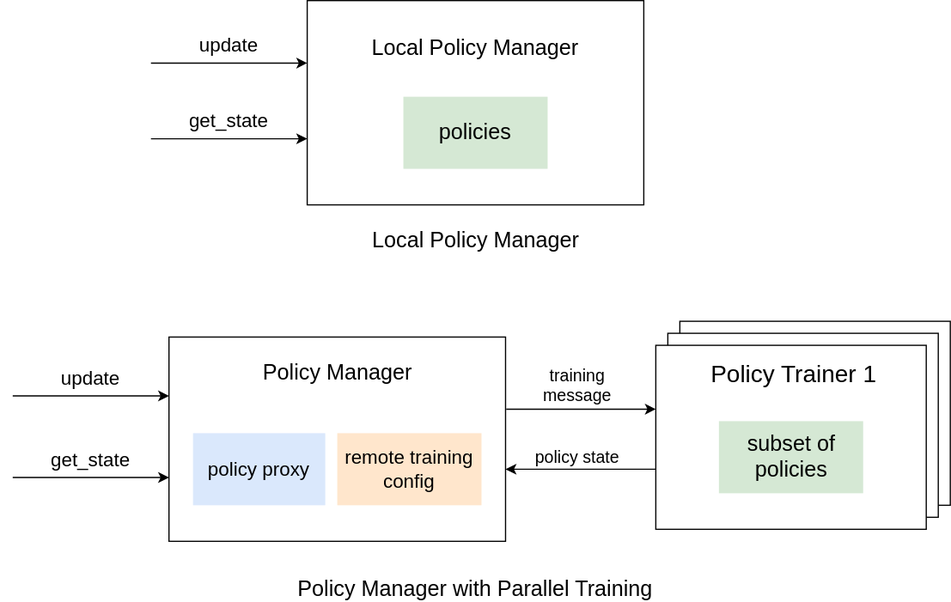
Before: docs/source/images/rl/policy_manager.svg, a diagram exported from draw.io (microsoft/maro). Source tidied: cells renumbered, new cells last; positions are measured from the earlier drawing's top-left corner, leaving out a move shared by most shapes. Source of this version:
```xml
<mxGraphModel>
  <root>
    <mxCell id="0" />
    <mxCell id="1" parent="0" />
    <mxCell id="2" style="rounded=0;whiteSpace=wrap;html=1;fontSize=18;fillColor=none;" parent="1" vertex="1">
      <mxGeometry x="255" width="280" height="170" as="geometry" />
    </mxCell>
    <mxCell id="3" value="Local Policy Manager" style="text;html=1;strokeColor=none;fillColor=none;align=center;verticalAlign=middle;whiteSpace=wrap;rounded=0;fontSize=18;" parent="1" vertex="1">
      <mxGeometry x="295" y="20" width="200" height="40" as="geometry" />
    </mxCell>
    <mxCell id="4" value="policies" style="rounded=0;whiteSpace=wrap;html=1;fontSize=18;fillColor=#d5e8d4;strokeColor=none;" parent="1" vertex="1">
      <mxGeometry x="335" y="80" width="120" height="60" as="geometry" />
    </mxCell>
    <mxCell id="5" style="endArrow=classic;html=1;fontSize=18;entryX=0;entryY=0.5;entryDx=0;entryDy=0;" parent="1" edge="1">
      <mxGeometry relative="1" as="geometry">
        <mxPoint x="125" y="52" as="sourcePoint" />
        <mxPoint x="255" y="52" as="targetPoint" />
      </mxGeometry>
    </mxCell>
    <mxCell id="6" value="update" style="text;html=1;strokeColor=none;fillColor=none;align=center;verticalAlign=middle;whiteSpace=wrap;rounded=0;fontSize=16;" parent="1" vertex="1">
      <mxGeometry x="115" y="27" width="150" height="20" as="geometry" />
    </mxCell>
    <mxCell id="7" style="rounded=0;whiteSpace=wrap;html=1;fontSize=18;fillColor=none;" parent="1" vertex="1">
      <mxGeometry x="140" y="280" width="280" height="170" as="geometry" />
    </mxCell>
    <mxCell id="8" value="Policy Manager" style="text;html=1;strokeColor=none;fillColor=none;align=center;verticalAlign=middle;whiteSpace=wrap;rounded=0;fontSize=18;" parent="1" vertex="1">
      <mxGeometry x="172.5" y="290" width="215" height="40" as="geometry" />
    </mxCell>
    <mxCell id="9" style="endArrow=classic;html=1;fontSize=18;entryX=0;entryY=0.5;entryDx=0;entryDy=0;" parent="1" edge="1">
      <mxGeometry relative="1" as="geometry">
        <mxPoint x="10" y="329" as="sourcePoint" />
        <mxPoint x="140" y="329" as="targetPoint" />
      </mxGeometry>
    </mxCell>
    <mxCell id="10" value="update" style="text;html=1;strokeColor=none;fillColor=none;align=center;verticalAlign=middle;whiteSpace=wrap;rounded=0;fontSize=16;" parent="1" vertex="1">
      <mxGeometry y="304" width="150" height="20" as="geometry" />
    </mxCell>
    <mxCell id="11" value="policy proxy" style="rounded=0;whiteSpace=wrap;html=1;fontSize=16;fillColor=#dae8fc;strokeColor=none;" parent="1" vertex="1">
      <mxGeometry x="160" y="360" width="110" height="60" as="geometry" />
    </mxCell>
    <mxCell id="12" value="remote training config" style="rounded=0;whiteSpace=wrap;html=1;fontSize=16;fillColor=#ffe6cc;strokeColor=none;" parent="1" vertex="1">
      <mxGeometry x="280" y="360" width="120" height="60" as="geometry" />
    </mxCell>
    <mxCell id="13" style="rounded=0;whiteSpace=wrap;html=1;strokeColor=#000000;fontSize=12;align=center;" parent="1" vertex="1">
      <mxGeometry x="565" y="266.9" width="225" height="153.1" as="geometry" />
    </mxCell>
    <mxCell id="14" style="rounded=0;whiteSpace=wrap;html=1;strokeColor=#000000;fontSize=12;align=center;" parent="1" vertex="1">
      <mxGeometry x="555" y="276.9" width="225" height="153.1" as="geometry" />
    </mxCell>
    <mxCell id="15" style="rounded=0;whiteSpace=wrap;html=1;strokeColor=#000000;fontSize=15;align=center;" parent="1" vertex="1">
      <mxGeometry x="545" y="286.9" width="225" height="153.1" as="geometry" />
    </mxCell>
    <mxCell id="16" value="&lt;font style=&quot;font-size: 20px&quot;&gt;Policy Trainer 1&lt;/font&gt;" style="text;html=1;strokeColor=none;fillColor=none;align=center;verticalAlign=middle;whiteSpace=wrap;rounded=0;fontSize=15;" parent="1" vertex="1">
      <mxGeometry x="570" y="300" width="180" height="20" as="geometry" />
    </mxCell>
    <mxCell id="17" style="endArrow=classic;html=1;fontSize=16;exitX=1.002;exitY=0.353;exitDx=0;exitDy=0;exitPerimeter=0;" parent="1" edge="1" source="7">
      <mxGeometry relative="1" as="geometry">
        <mxPoint x="545" y="340" as="targetPoint" />
      </mxGeometry>
    </mxCell>
    <mxCell id="18" style="endArrow=classic;html=1;fontSize=18;entryX=0;entryY=0.5;entryDx=0;entryDy=0;" parent="1" edge="1">
      <mxGeometry relative="1" as="geometry">
        <mxPoint x="125" y="115" as="sourcePoint" />
        <mxPoint x="255" y="115" as="targetPoint" />
      </mxGeometry>
    </mxCell>
    <mxCell id="19" value="get_state" style="text;html=1;strokeColor=none;fillColor=none;align=center;verticalAlign=middle;whiteSpace=wrap;rounded=0;fontSize=16;" parent="1" vertex="1">
      <mxGeometry x="115" y="90" width="150" height="20" as="geometry" />
    </mxCell>
    <mxCell id="20" style="endArrow=classic;html=1;fontSize=18;entryX=0;entryY=0.5;entryDx=0;entryDy=0;" parent="1" edge="1">
      <mxGeometry relative="1" as="geometry">
        <mxPoint x="10" y="396.9" as="sourcePoint" />
        <mxPoint x="140" y="396.9" as="targetPoint" />
      </mxGeometry>
    </mxCell>
    <mxCell id="21" value="get_state" style="text;html=1;strokeColor=none;fillColor=none;align=center;verticalAlign=middle;whiteSpace=wrap;rounded=0;fontSize=16;" parent="1" vertex="1">
      <mxGeometry y="371.9" width="150" height="20" as="geometry" />
    </mxCell>
    <mxCell id="22" value="subset of policies" style="rounded=0;whiteSpace=wrap;html=1;fontSize=18;fillColor=#d5e8d4;strokeColor=none;" parent="1" vertex="1">
      <mxGeometry x="597.5" y="350" width="120" height="60" as="geometry" />
    </mxCell>
    <mxCell id="23" value="training message" style="text;html=1;strokeColor=none;fillColor=none;align=center;verticalAlign=middle;whiteSpace=wrap;rounded=0;fontSize=14;" parent="1" vertex="1">
      <mxGeometry x="460" y="310" width="40" height="20" as="geometry" />
    </mxCell>
    <mxCell id="24" style="endArrow=classic;html=1;fontSize=14;" parent="1" edge="1">
      <mxGeometry relative="1" as="geometry">
        <mxPoint x="545" y="390" as="sourcePoint" />
        <mxPoint x="420" y="390" as="targetPoint" />
      </mxGeometry>
    </mxCell>
    <mxCell id="25" value="policy state" style="text;html=1;strokeColor=none;fillColor=none;align=center;verticalAlign=middle;whiteSpace=wrap;rounded=0;fontSize=14;" parent="1" vertex="1">
      <mxGeometry x="440" y="370" width="80" height="20" as="geometry" />
    </mxCell>
    <mxCell id="26" value="Local Policy Manager" style="text;html=1;strokeColor=none;fillColor=none;align=center;verticalAlign=middle;whiteSpace=wrap;rounded=0;fontSize=18;" parent="1" vertex="1">
      <mxGeometry x="292.5" y="190" width="205" height="20" as="geometry" />
    </mxCell>
    <mxCell id="27" value="Policy Manager with Parallel Training" style="text;html=1;strokeColor=none;fillColor=none;align=center;verticalAlign=middle;whiteSpace=wrap;rounded=0;fontSize=18;" parent="1" vertex="1">
      <mxGeometry x="246.2" y="480" width="297.5" height="20" as="geometry" />
    </mxCell>
  </root>
</mxGraphModel>
```
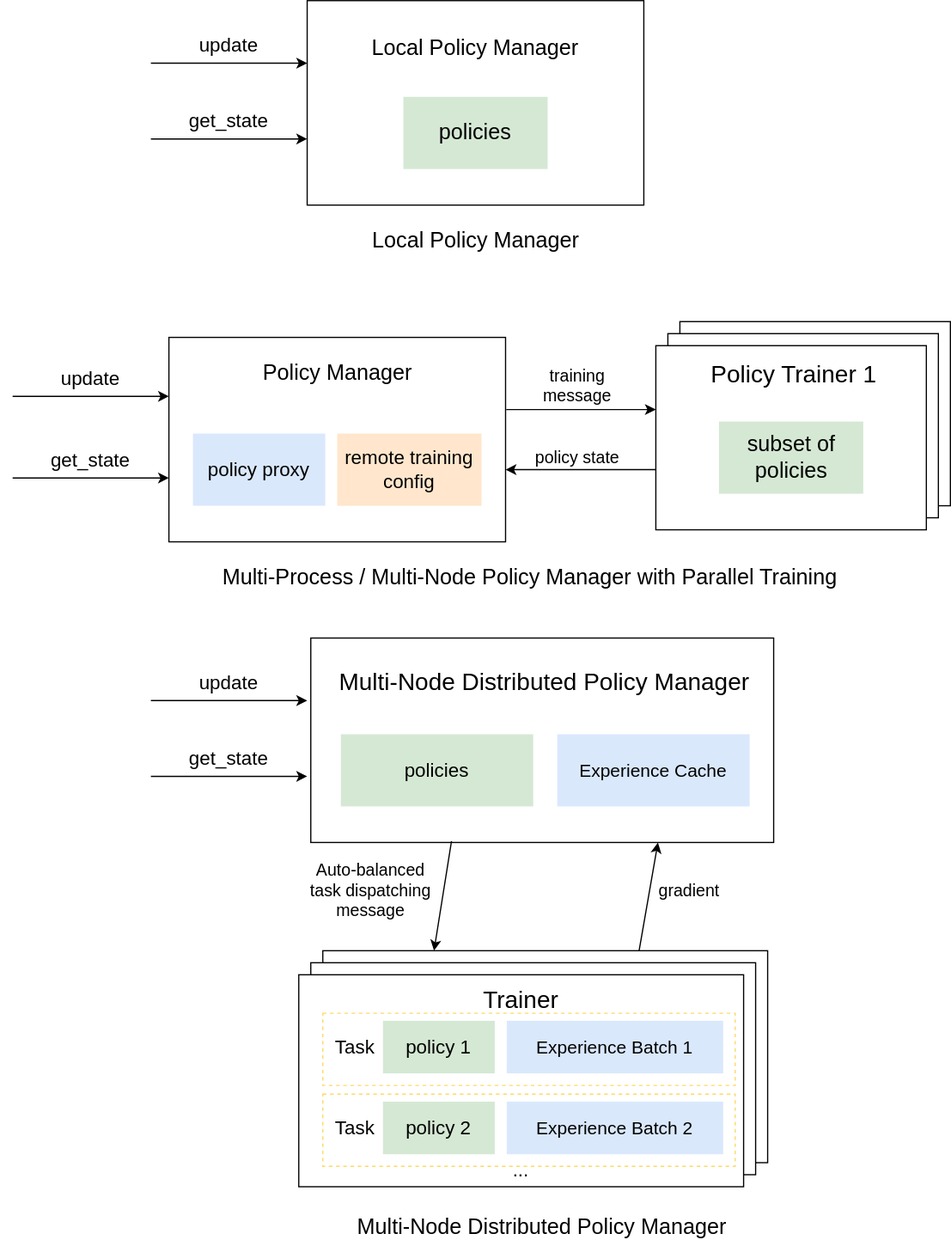
Later version of the same file.

Commit message:
Update diagram of PolicyManager

The edit, as a diff of the source:
```diff
@@ -94,8 +94,92 @@
     <mxCell id="26" value="Local Policy Manager" style="text;html=1;strokeColor=none;fillColor=none;align=center;verticalAlign=middle;whiteSpace=wrap;rounded=0;fontSize=18;" parent="1" vertex="1">
       <mxGeometry x="292.5" y="190" width="205" height="20" as="geometry" />
     </mxCell>
-    <mxCell id="27" value="Policy Manager with Parallel Training" style="text;html=1;strokeColor=none;fillColor=none;align=center;verticalAlign=middle;whiteSpace=wrap;rounded=0;fontSize=18;" parent="1" vertex="1">
-      <mxGeometry x="246.2" y="480" width="297.5" height="20" as="geometry" />
+    <mxCell id="27" value="Multi-Process / Multi-Node Policy Manager with Parallel Training" style="text;html=1;strokeColor=none;fillColor=none;align=center;verticalAlign=middle;whiteSpace=wrap;rounded=0;fontSize=18;" parent="1" vertex="1">
+      <mxGeometry x="161" y="470" width="558.8" height="20" as="geometry" />
     </mxCell>
+    <mxCell id="28" style="rounded=0;whiteSpace=wrap;html=1;fontSize=18;" parent="1" vertex="1">
+      <mxGeometry x="258" y="530" width="385" height="170" as="geometry" />
+    </mxCell>
+    <mxCell id="29" value="&lt;font style=&quot;font-size: 20px&quot;&gt;Multi-Node Distributed Policy Manager&lt;/font&gt;" style="text;html=1;strokeColor=none;fillColor=none;align=center;verticalAlign=middle;whiteSpace=wrap;rounded=0;fontSize=18;" parent="1" vertex="1">
+      <mxGeometry x="279" y="547" width="347.4" height="40" as="geometry" />
+    </mxCell>
+    <mxCell id="30" value="policies" style="rounded=0;whiteSpace=wrap;html=1;fontSize=16;fillColor=#d5e8d4;strokeColor=none;" parent="1" vertex="1">
+      <mxGeometry x="283" y="610" width="160" height="60" as="geometry" />
+    </mxCell>
+    <mxCell id="31" style="endArrow=classic;html=1;fontSize=18;entryX=0;entryY=0.5;entryDx=0;entryDy=0;" parent="1" edge="1">
+      <mxGeometry relative="1" as="geometry">
+        <mxPoint x="125" y="582" as="sourcePoint" />
+        <mxPoint x="255" y="582" as="targetPoint" />
+      </mxGeometry>
+    </mxCell>
+    <mxCell id="32" value="update" style="text;html=1;strokeColor=none;fillColor=none;align=center;verticalAlign=middle;whiteSpace=wrap;rounded=0;fontSize=16;" parent="1" vertex="1">
+      <mxGeometry x="115" y="557" width="150" height="20" as="geometry" />
+    </mxCell>
+    <mxCell id="33" style="endArrow=classic;html=1;fontSize=18;entryX=0;entryY=0.5;entryDx=0;entryDy=0;" parent="1" edge="1">
+      <mxGeometry relative="1" as="geometry">
+        <mxPoint x="125" y="645" as="sourcePoint" />
+        <mxPoint x="255" y="645" as="targetPoint" />
+      </mxGeometry>
+    </mxCell>
+    <mxCell id="34" value="get_state" style="text;html=1;strokeColor=none;fillColor=none;align=center;verticalAlign=middle;whiteSpace=wrap;rounded=0;fontSize=16;" parent="1" vertex="1">
+      <mxGeometry x="115" y="620" width="150" height="20" as="geometry" />
+    </mxCell>
+    <mxCell id="35" style="rounded=0;whiteSpace=wrap;html=1;strokeColor=#000000;fontSize=12;align=center;" parent="1" vertex="1">
+      <mxGeometry x="268" y="790" width="370" height="176.2" as="geometry" />
+    </mxCell>
+    <mxCell id="36" style="rounded=0;whiteSpace=wrap;html=1;strokeColor=#000000;fontSize=12;align=center;" parent="1" vertex="1">
+      <mxGeometry x="258" y="800" width="370" height="176.2" as="geometry" />
+    </mxCell>
+    <mxCell id="37" style="rounded=0;whiteSpace=wrap;html=1;strokeColor=#000000;fontSize=15;align=center;" parent="1" vertex="1">
+      <mxGeometry x="248" y="810" width="370" height="176.2" as="geometry" />
+    </mxCell>
+    <mxCell id="38" value="&lt;font style=&quot;font-size: 20px&quot;&gt;Trainer&lt;/font&gt;" style="text;html=1;strokeColor=none;fillColor=none;align=center;verticalAlign=middle;whiteSpace=wrap;rounded=0;fontSize=15;" parent="1" vertex="1">
+      <mxGeometry x="343" y="820" width="180" height="20" as="geometry" />
+    </mxCell>
+    <mxCell id="39" style="endArrow=classic;html=1;fontSize=16;entryX=0.25;entryY=0;entryDx=0;entryDy=0;exitX=0.304;exitY=0.994;exitDx=0;exitDy=0;exitPerimeter=0;" parent="1" edge="1" source="28" target="35">
+      <mxGeometry relative="1" as="geometry" />
+    </mxCell>
+    <mxCell id="40" value="Auto-balanced task dispatching message" style="text;html=1;strokeColor=none;fillColor=none;align=center;verticalAlign=middle;whiteSpace=wrap;rounded=0;fontSize=14;" parent="1" vertex="1">
+      <mxGeometry x="248" y="730" width="120" height="20" as="geometry" />
+    </mxCell>
+    <mxCell id="41" style="endArrow=classic;html=1;fontSize=16;entryX=0.75;entryY=1;entryDx=0;entryDy=0;exitX=0.711;exitY=0;exitDx=0;exitDy=0;exitPerimeter=0;" parent="1" edge="1" source="35" target="28">
+      <mxGeometry relative="1" as="geometry" />
+    </mxCell>
+    <mxCell id="42" value="gradient" style="text;html=1;strokeColor=none;fillColor=none;align=center;verticalAlign=middle;whiteSpace=wrap;rounded=0;fontSize=14;" parent="1" vertex="1">
+      <mxGeometry x="523" y="730" width="100" height="20" as="geometry" />
+    </mxCell>
+    <mxCell id="43" value="&lt;font style=&quot;font-size: 15px&quot;&gt;Experience Cache&lt;br&gt;&lt;/font&gt;" style="rounded=0;whiteSpace=wrap;html=1;fillColor=#dae8fc;dashed=1;strokeColor=none;" parent="1" vertex="1">
+      <mxGeometry x="463" y="610" width="160" height="60" as="geometry" />
+    </mxCell>
+    <mxCell id="44" style="rounded=0;whiteSpace=wrap;html=1;fillColor=none;dashed=1;strokeWidth=1;strokeColor=#FFD966;" parent="1" vertex="1">
+      <mxGeometry x="268" y="842" width="343" height="60" as="geometry" />
+    </mxCell>
+    <mxCell id="45" value="policy 1" style="rounded=0;whiteSpace=wrap;html=1;fontSize=16;fillColor=#d5e8d4;strokeColor=none;" parent="1" vertex="1">
+      <mxGeometry x="318" y="848.2" width="93" height="43.8" as="geometry" />
+    </mxCell>
+    <mxCell id="46" value="&lt;font style=&quot;font-size: 15px&quot;&gt;Experience Batch 1&lt;br&gt;&lt;/font&gt;" style="rounded=0;whiteSpace=wrap;html=1;fillColor=#dae8fc;dashed=1;strokeColor=none;" parent="1" vertex="1">
+      <mxGeometry x="421" y="848.2" width="180" height="43.8" as="geometry" />
+    </mxCell>
+    <mxCell id="47" value="Task" style="text;html=1;strokeColor=none;fillColor=none;align=center;verticalAlign=middle;whiteSpace=wrap;rounded=0;dashed=1;fontSize=16;" parent="1" vertex="1">
+      <mxGeometry x="275" y="860.1" width="40" height="20" as="geometry" />
+    </mxCell>
+    <mxCell id="48" style="rounded=0;whiteSpace=wrap;html=1;fillColor=none;dashed=1;strokeWidth=1;strokeColor=#FFD966;" parent="1" vertex="1">
+      <mxGeometry x="268" y="909.2" width="343" height="60" as="geometry" />
+    </mxCell>
+    <mxCell id="49" value="policy 2" style="rounded=0;whiteSpace=wrap;html=1;fontSize=16;fillColor=#d5e8d4;strokeColor=none;" parent="1" vertex="1">
+      <mxGeometry x="318" y="915.5" width="93" height="43.8" as="geometry" />
+    </mxCell>
+    <mxCell id="50" value="&lt;font style=&quot;font-size: 15px&quot;&gt;Experience Batch 2&lt;br&gt;&lt;/font&gt;" style="rounded=0;whiteSpace=wrap;html=1;fillColor=#dae8fc;dashed=1;strokeColor=none;" parent="1" vertex="1">
+      <mxGeometry x="421" y="915.5" width="180" height="43.8" as="geometry" />
+    </mxCell>
+    <mxCell id="51" value="Task" style="text;html=1;strokeColor=none;fillColor=none;align=center;verticalAlign=middle;whiteSpace=wrap;rounded=0;dashed=1;fontSize=16;" parent="1" vertex="1">
+      <mxGeometry x="275" y="927.4" width="40" height="20" as="geometry" />
+    </mxCell>
+    <mxCell id="52" value="..." style="text;html=1;strokeColor=none;fillColor=none;align=center;verticalAlign=middle;whiteSpace=wrap;rounded=0;dashed=1;fontSize=16;" parent="1" vertex="1">
+      <mxGeometry x="413" y="962.2" width="40" height="20" as="geometry" />
+    </mxCell>
+    <mxCell id="53" value="Multi-Node Distributed Policy Manager" style="text;html=1;strokeColor=none;fillColor=none;align=center;verticalAlign=middle;whiteSpace=wrap;rounded=0;fontSize=18;" parent="1" vertex="1">
+      <mxGeometry x="171.1" y="1010" width="558.8" height="20" as="geometry" />
+    </mxCell>
   </root>
 </mxGraphModel>
```
